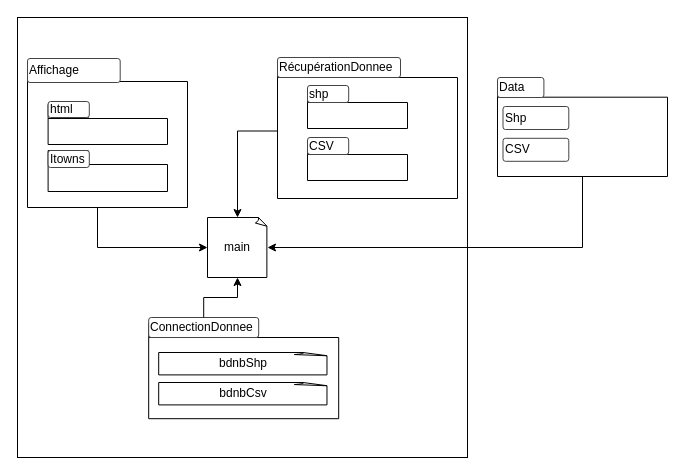
EnzoVenon/Gemini_numeriques keeps this draw.io diagram as diagrammedePackage.drawio. Above is the earlier version. Source tidied: cells renumbered, new cells numbered last; positions are measured from the earlier drawing's top-left corner, leaving out a move shared by most shapes. Both pictures are drawn from the tidied source at 100%, with x=0, y=0 at pixel (17, 17).
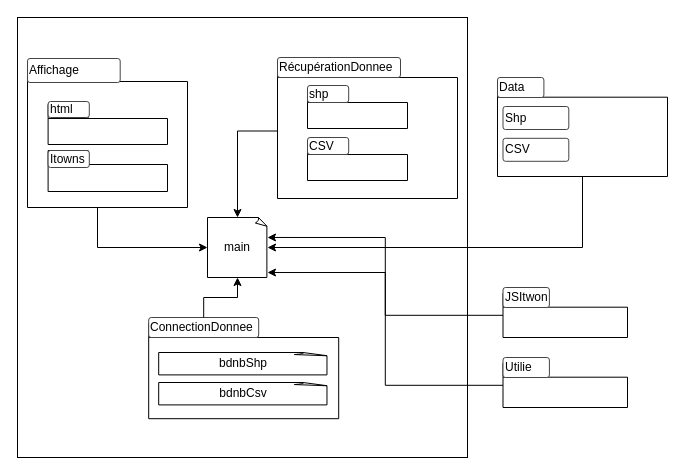
After the change.

Commit message:
Mettre à jour diagrammedePackage.drawio

Unchanged cells that the change refers to:
```xml
<mxCell id="22" value="main" style="whiteSpace=wrap;html=1;shape=mxgraph.basic.document;" parent="1" vertex="1">
  <mxGeometry x="190" y="200" width="60" height="60" as="geometry" />
</mxCell>
```

Change to the diagram source:
```diff
@@
+    <mxCell id="29" style="edgeStyle=orthogonalEdgeStyle;rounded=0;jettySize=auto;html=1;entryX=1;entryY=0.917;entryDx=0;entryDy=0;entryPerimeter=0;" parent="1" edge="1" source="30" target="22">
+      <mxGeometry relative="1" as="geometry" />
+    </mxCell>
+    <mxCell id="30" style="shape=folder;fontStyle=1;spacingTop=10;tabWidth=40;tabHeight=14;tabPosition=left;html=1;whiteSpace=wrap;" parent="1" vertex="1">
+      <mxGeometry x="485.5" y="275.7" width="124.5" height="44.3" as="geometry" />
+    </mxCell>
+    <mxCell id="31" value="&lt;font style=&quot;font-size: 12px;&quot;&gt;JSItwon&lt;/font&gt;" style="strokeWidth=1;html=1;shadow=0;dashed=0;shape=mxgraph.ios.iTextInput;strokeColor=#444444;buttonText=;fontSize=8;whiteSpace=wrap;align=left;" parent="1" vertex="1">
+      <mxGeometry x="485.5" y="270" width="46.4" height="20" as="geometry" />
+    </mxCell>
+    <mxCell id="32" style="edgeStyle=orthogonalEdgeStyle;rounded=0;jettySize=auto;html=1;entryX=1;entryY=0.333;entryDx=0;entryDy=0;entryPerimeter=0;" parent="1" edge="1" source="33" target="22">
+      <mxGeometry relative="1" as="geometry" />
+    </mxCell>
+    <mxCell id="33" style="shape=folder;fontStyle=1;spacingTop=10;tabWidth=40;tabHeight=14;tabPosition=left;html=1;whiteSpace=wrap;" parent="1" vertex="1">
+      <mxGeometry x="485.5" y="345.7" width="124.5" height="44.3" as="geometry" />
+    </mxCell>
+    <mxCell id="34" value="&lt;font style=&quot;font-size: 12px;&quot;&gt;Utilie&lt;/font&gt;" style="strokeWidth=1;html=1;shadow=0;dashed=0;shape=mxgraph.ios.iTextInput;strokeColor=#444444;buttonText=;fontSize=8;whiteSpace=wrap;align=left;" parent="1" vertex="1">
+      <mxGeometry x="485.5" y="340" width="46.4" height="20" as="geometry" />
+    </mxCell>
```
